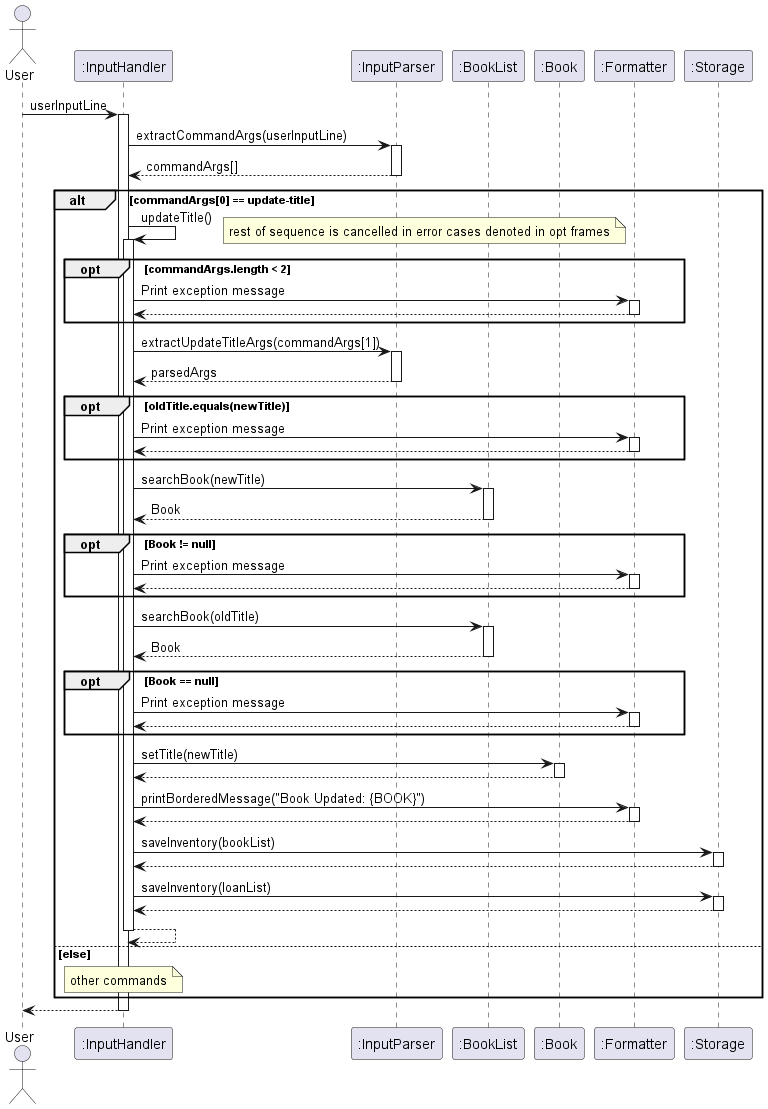
Above: docs/images/updateTitle.png in AY2425S2-CS2113-T12-2/tp (PlantUML), before the change.
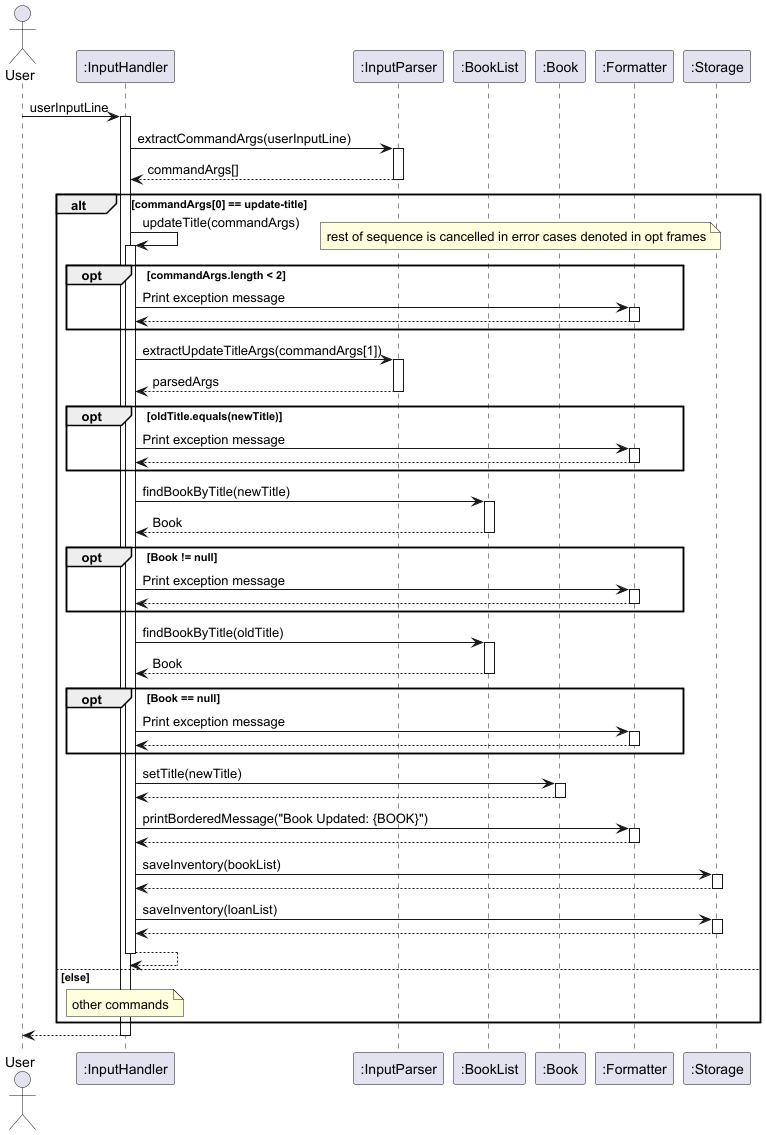
The same file after the commit.

The edit, as a diff of the source:
```diff
@@ -17,7 +17,7 @@
 deactivate InputParser
 
 alt commandArgs[0] == update-title
-    InputHandler -> InputHandler : updateTitle()
+    InputHandler -> InputHandler : updateTitle(commandArgs)
     activate InputHandler
 
     opt commandArgs.length < 2
@@ -43,7 +43,7 @@
         deactivate Formatter
     end
 
-    InputHandler -> BookList: searchBook(newTitle)
+    InputHandler -> BookList: findBookByTitle(newTitle)
     activate BookList
 
     BookList --> InputHandler: Book
@@ -56,7 +56,7 @@
         deactivate Formatter
     end
 
-    InputHandler -> BookList: searchBook(oldTitle)
+    InputHandler -> BookList: findBookByTitle(oldTitle)
     activate BookList
 
     BookList --> InputHandler: Book
```
